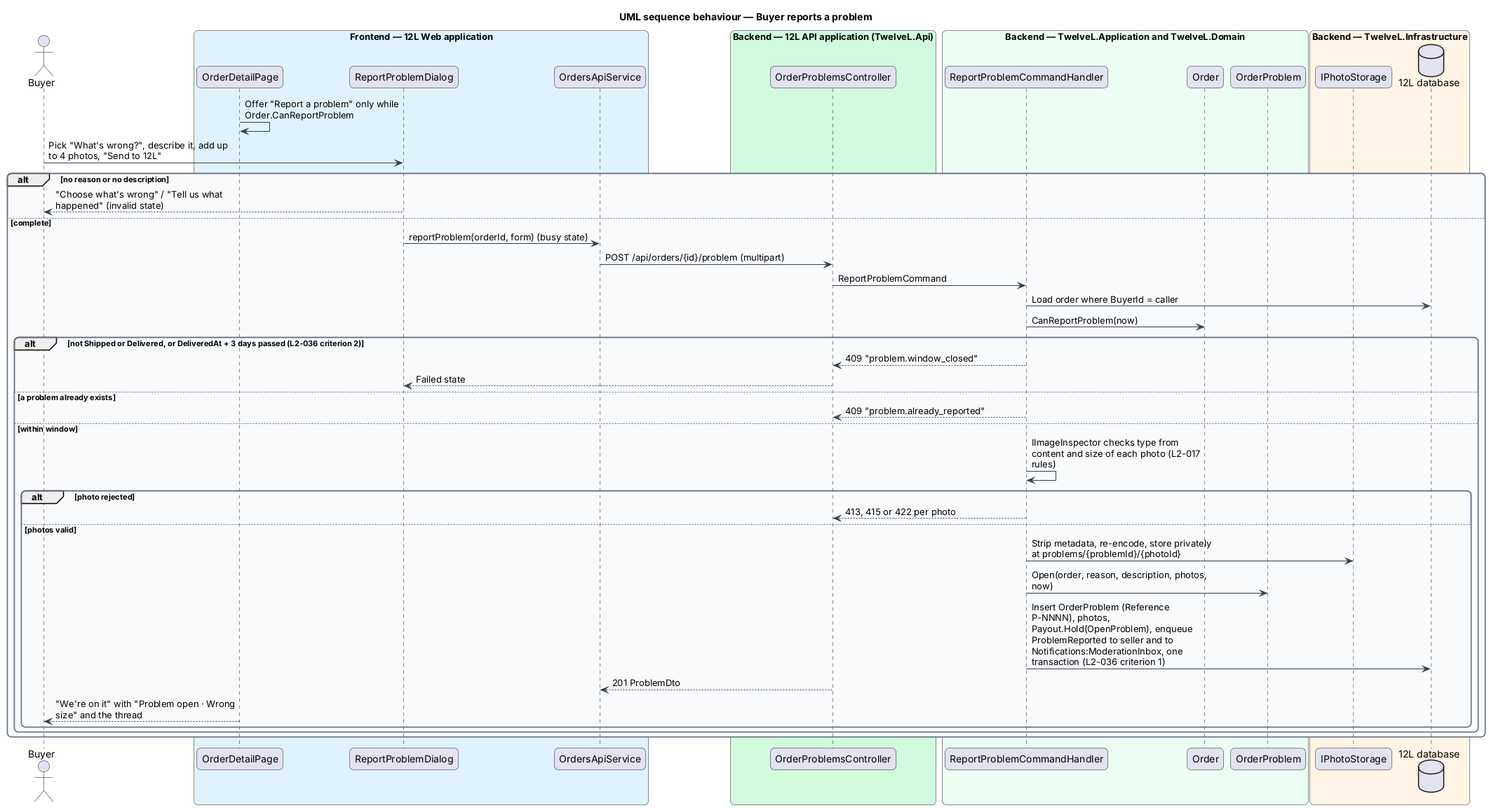
Earlier version of the PlantUML export docs/detailed-designs/orders/resolve-order-problems/diagrams/sequence-report-problem.png (QuinntyneBrown/12l).
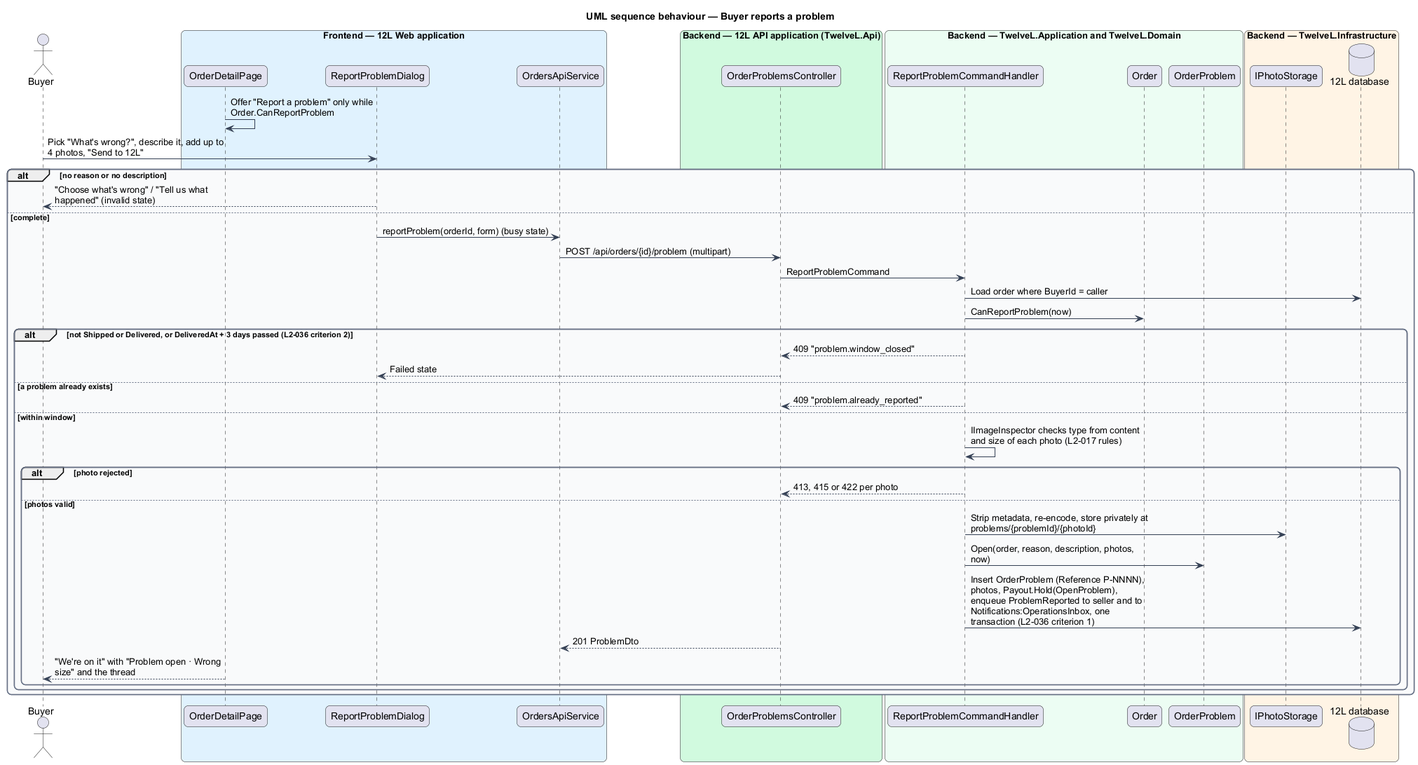
Later version of the same file.

Change to the diagram source:
```diff
@@ -56,7 +56,7 @@
     else photos valid
       h -> store : Strip metadata, re-encode, store privately at problems/{problemId}/{photoId}
       h -> prob : Open(order, reason, description, photos, now)
-      h -> db : Insert OrderProblem (Reference P-NNNN), photos, Payout.Hold(OpenProblem), enqueue ProblemReported to seller and to Notifications:ModerationInbox, one transaction (L2-036 criterion 1)
+      h -> db : Insert OrderProblem (Reference P-NNNN), photos, Payout.Hold(OpenProblem), enqueue ProblemReported to seller and to Notifications:OperationsInbox, one transaction (L2-036 criterion 1)
       ctrl --> client : 201 ProblemDto
       page --> actor : "We're on it" with "Problem open · Wrong size" and the thread
     end
```
